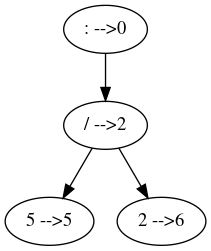
Before: Grupo01/gragh.png, a diagram exported from Graphviz (LyC-Grupo1-2021/TrabajoPractico). Its source is kept beside it as Grupo01/gragh.dot.
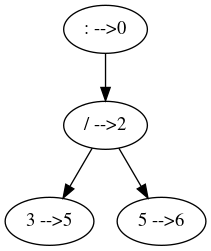
The same file after the commit.

Diff of the diagram source:
```diff
@@ -1,5 +1,5 @@
 digraph G {
 	": -->0" -> "/ -->2"
-	"/ -->2" -> "5 -->5"
-	"/ -->2" -> "2 -->6"
+	"/ -->2" -> "3 -->5"
+	"/ -->2" -> "5 -->6"
 }
```
